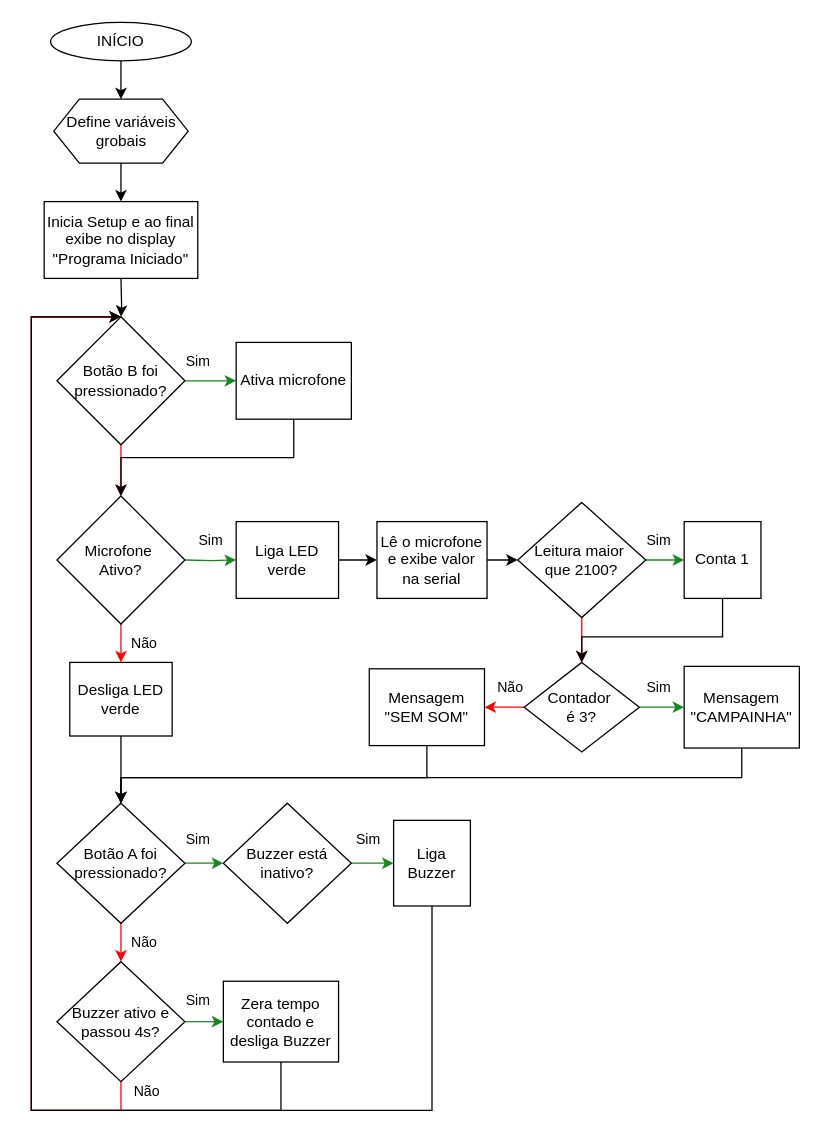
Before: Diagrama sem nome.drawio in anaclassen/Irriga_familiar, a draw.io diagram. Source tidied: cells renumbered, new cells numbered last; positions are measured from the earlier drawing's top-left corner, leaving out a move shared by most shapes. Both pictures are drawn from the tidied source at 128%, with x=0, y=0 at pixel (31, 22).
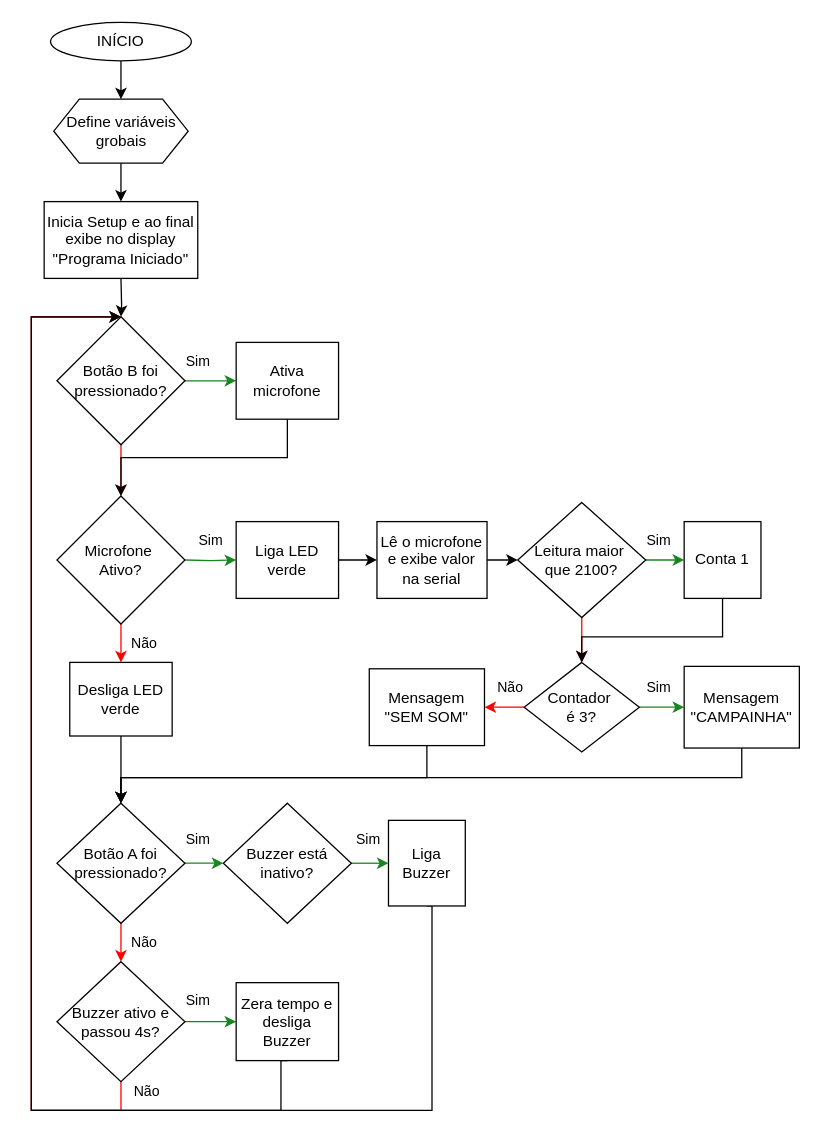
After the change.

Diff of the diagram source:
```diff
@@
     <mxCell id="12" value="Ativa microfone" style="whiteSpace=wrap;html=1;" parent="1" vertex="1">
-      <mxGeometry x="160" y="250" width="90" height="60" as="geometry" />
+      <mxGeometry x="160" y="250" width="80" height="60" as="geometry" />
     </mxCell>
@@
     <mxCell id="46" value="Liga Buzzer" style="whiteSpace=wrap;html=1;" parent="1" vertex="1">
-      <mxGeometry x="283" y="623.4" width="60" height="66.9" as="geometry" />
+      <mxGeometry x="279" y="623.4" width="60" height="66.9" as="geometry" />
     </mxCell>
@@
-    <mxCell id="54" value="Zera tempo contado e desliga Buzzer" style="whiteSpace=wrap;html=1;" parent="1" vertex="1">
-      <mxGeometry x="150" y="749.1" width="90" height="63.1" as="geometry" />
+    <mxCell id="54" value="Zera tempo e desliga Buzzer" style="whiteSpace=wrap;html=1;" parent="1" vertex="1">
+      <mxGeometry x="160" y="750.2" width="80" height="60.9" as="geometry" />
     </mxCell>
```
